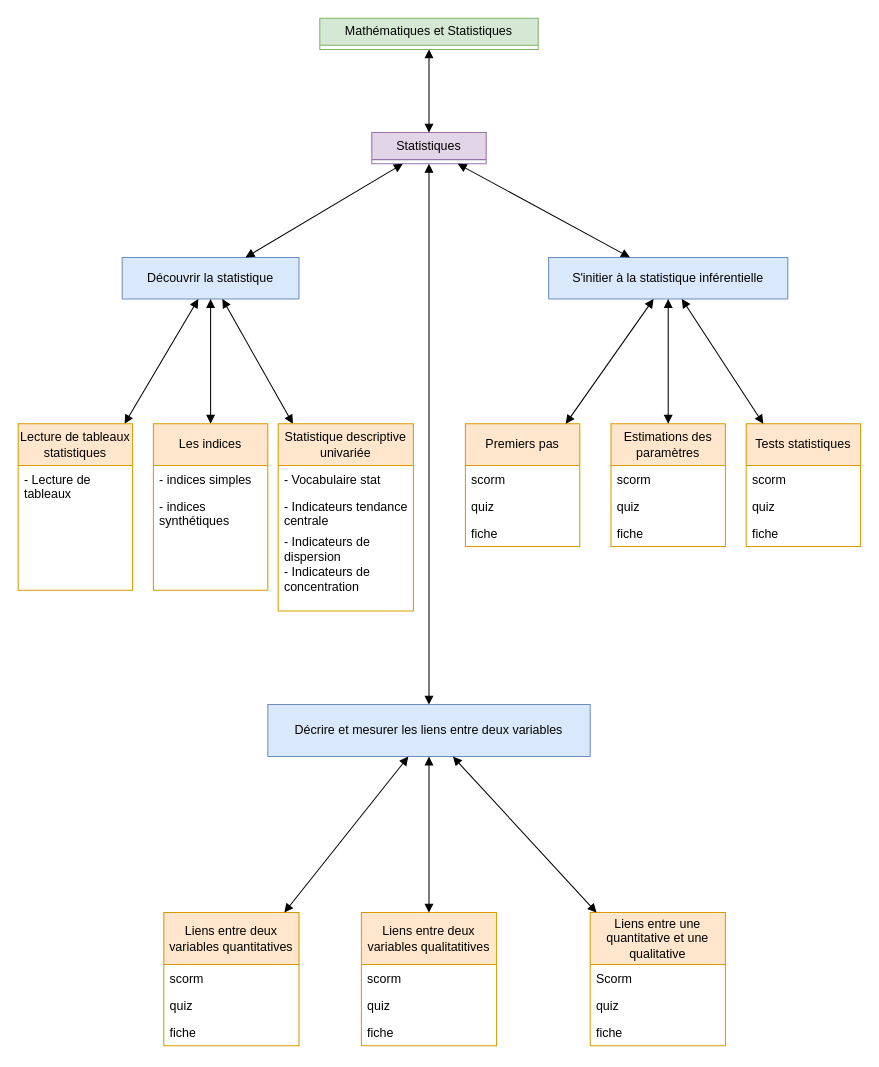
This is Calc.drawio from jean-seb-2106/pythontest, a draw.io file, before an edit. Source tidied: cells renumbered, new cells numbered last; positions are measured from the earlier drawing's top-left corner, leaving out a move shared by most shapes. Both pictures are drawn from the tidied source at 104%, with x=0, y=0 at pixel (18, 18).
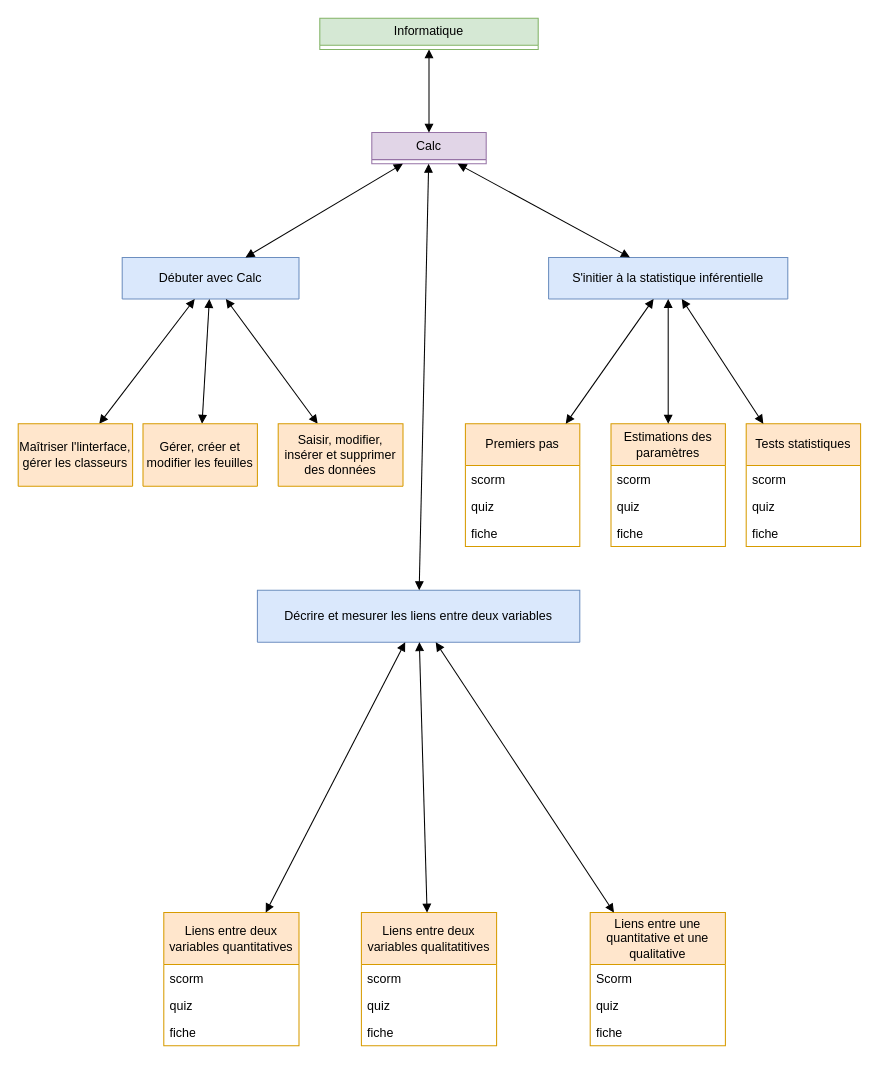
After the change.

Commit message:
Mettre à jour Calc.drawio

What changed in the source:
```diff
@@
-    <mxCell id="2" value="Statistiques" style="swimlane;fontStyle=0;horizontal=1;startSize=26;fillColor=#e1d5e7;whiteSpace=wrap;html=1;strokeColor=#9673a6;" parent="1" vertex="1" collapsed="1">
+    <mxCell id="2" value="Calc" style="swimlane;fontStyle=0;horizontal=1;startSize=26;fillColor=#e1d5e7;whiteSpace=wrap;html=1;strokeColor=#9673a6;" parent="1" vertex="1" collapsed="1">
       <mxGeometry x="340" y="110" width="110" height="30" as="geometry" />
     </mxCell>
@@
-    <mxCell id="4" value="Mathématiques et Statistiques" style="swimlane;fontStyle=0;horizontal=1;startSize=26;fillColor=#d5e8d4;whiteSpace=wrap;html=1;strokeColor=#82b366;" parent="1" vertex="1" collapsed="1">
+    <mxCell id="4" value="Informatique" style="swimlane;fontStyle=0;horizontal=1;startSize=26;fillColor=#d5e8d4;whiteSpace=wrap;html=1;strokeColor=#82b366;" parent="1" vertex="1" collapsed="1">
       <mxGeometry x="290" width="210" height="30" as="geometry" />
     </mxCell>
-    <mxCell id="5" value="Découvrir la statistique" style="swimlane;fontStyle=0;horizontal=1;startSize=40;fillColor=#dae8fc;whiteSpace=wrap;html=1;strokeColor=#6c8ebf;" parent="1" vertex="1" collapsed="1">
+    <mxCell id="5" value="Débuter avec Calc" style="swimlane;fontStyle=0;horizontal=1;startSize=40;fillColor=#dae8fc;whiteSpace=wrap;html=1;strokeColor=#6c8ebf;" parent="1" vertex="1" collapsed="1">
       <mxGeometry x="100" y="230" width="170" height="40" as="geometry" />
     </mxCell>
@@
     <mxCell id="7" value="Décrire et mesurer les liens entre deux variables" style="swimlane;fontStyle=0;horizontal=1;startSize=50;fillColor=#dae8fc;whiteSpace=wrap;html=1;strokeColor=#6c8ebf;" parent="1" vertex="1" collapsed="1">
-      <mxGeometry x="240" y="660" width="310" height="50" as="geometry" />
+      <mxGeometry x="230" y="550" width="310" height="50" as="geometry" />
     </mxCell>
@@
-    <mxCell id="14" value="Lecture de tableaux statistiques" style="swimlane;fontStyle=0;horizontal=1;startSize=40;fillColor=#ffe6cc;whiteSpace=wrap;html=1;strokeColor=#d79b00;" parent="1" vertex="1">
-      <mxGeometry y="390" width="110" height="160" as="geometry" />
+    <mxCell id="14" value="Maîtriser l'linterface, gérer les classeurs" style="swimlane;fontStyle=0;horizontal=1;startSize=60;fillColor=#ffe6cc;whiteSpace=wrap;html=1;strokeColor=#d79b00;" parent="1" vertex="1" collapsed="1">
+      <mxGeometry y="390" width="110" height="60" as="geometry" />
     </mxCell>
-    <mxCell id="15" value="- Lecture de tableaux" style="text;strokeColor=none;fillColor=none;align=left;verticalAlign=top;spacingLeft=4;spacingRight=4;overflow=hidden;whiteSpace=wrap;html=1;" parent="14" vertex="1">
-      <mxGeometry y="40" width="110" height="120" as="geometry" />
-    </mxCell>
-    <mxCell id="16" value="Statistique descriptive univariée" style="swimlane;fontStyle=0;horizontal=1;startSize=40;fillColor=#ffe6cc;whiteSpace=wrap;html=1;strokeColor=#d79b00;" parent="1" vertex="1">
-      <mxGeometry x="250" y="390" width="130" height="180" as="geometry" />
+    <mxCell id="16" value="Saisir, modifier, insérer et supprimer des données" style="swimlane;fontStyle=0;horizontal=1;startSize=60;fillColor=#ffe6cc;whiteSpace=wrap;html=1;strokeColor=#d79b00;" parent="1" vertex="1" collapsed="1">
+      <mxGeometry x="250" y="390" width="120" height="60" as="geometry" />
     </mxCell>
-    <mxCell id="17" value="- Vocabulaire stat" style="text;strokeColor=none;fillColor=none;align=left;verticalAlign=top;spacingLeft=4;spacingRight=4;overflow=hidden;whiteSpace=wrap;html=1;" parent="16" vertex="1">
-      <mxGeometry y="40" width="130" height="26" as="geometry" />
-    </mxCell>
-    <mxCell id="18" value="- Indicateurs tendance centrale" style="text;strokeColor=none;fillColor=none;align=left;verticalAlign=top;spacingLeft=4;spacingRight=4;overflow=hidden;whiteSpace=wrap;html=1;" parent="16" vertex="1">
-      <mxGeometry y="66" width="130" height="34" as="geometry" />
-    </mxCell>
-    <mxCell id="19" value="&lt;div&gt;- Indicateurs de dispersion&lt;/div&gt;&lt;div&gt;- Indicateurs de concentration&lt;br&gt;&lt;/div&gt;&lt;div&gt;&lt;br&gt;&lt;/div&gt;" style="text;strokeColor=none;fillColor=none;align=left;verticalAlign=top;spacingLeft=4;spacingRight=4;overflow=hidden;whiteSpace=wrap;html=1;" parent="16" vertex="1">
-      <mxGeometry y="100" width="130" height="80" as="geometry" />
-    </mxCell>
-    <mxCell id="20" value="Les indices" style="swimlane;fontStyle=0;horizontal=1;startSize=40;fillColor=#ffe6cc;whiteSpace=wrap;html=1;strokeColor=#d79b00;" parent="1" vertex="1">
-      <mxGeometry x="130" y="390" width="110" height="160" as="geometry" />
+    <mxCell id="20" value="Gérer, créer et modifier les feuilles" style="swimlane;fontStyle=0;horizontal=1;startSize=60;fillColor=#ffe6cc;whiteSpace=wrap;html=1;strokeColor=#d79b00;" parent="1" vertex="1" collapsed="1">
+      <mxGeometry x="120" y="390" width="110" height="60" as="geometry" />
     </mxCell>
-    <mxCell id="21" value="- indices simples" style="text;strokeColor=none;fillColor=none;align=left;verticalAlign=top;spacingLeft=4;spacingRight=4;overflow=hidden;whiteSpace=wrap;html=1;" parent="20" vertex="1">
-      <mxGeometry y="40" width="110" height="26" as="geometry" />
-    </mxCell>
-    <mxCell id="22" value="- indices synthétiques" style="text;strokeColor=none;fillColor=none;align=left;verticalAlign=top;spacingLeft=4;spacingRight=4;overflow=hidden;whiteSpace=wrap;html=1;" parent="20" vertex="1">
-      <mxGeometry y="66" width="110" height="94" as="geometry" />
-    </mxCell>
```
